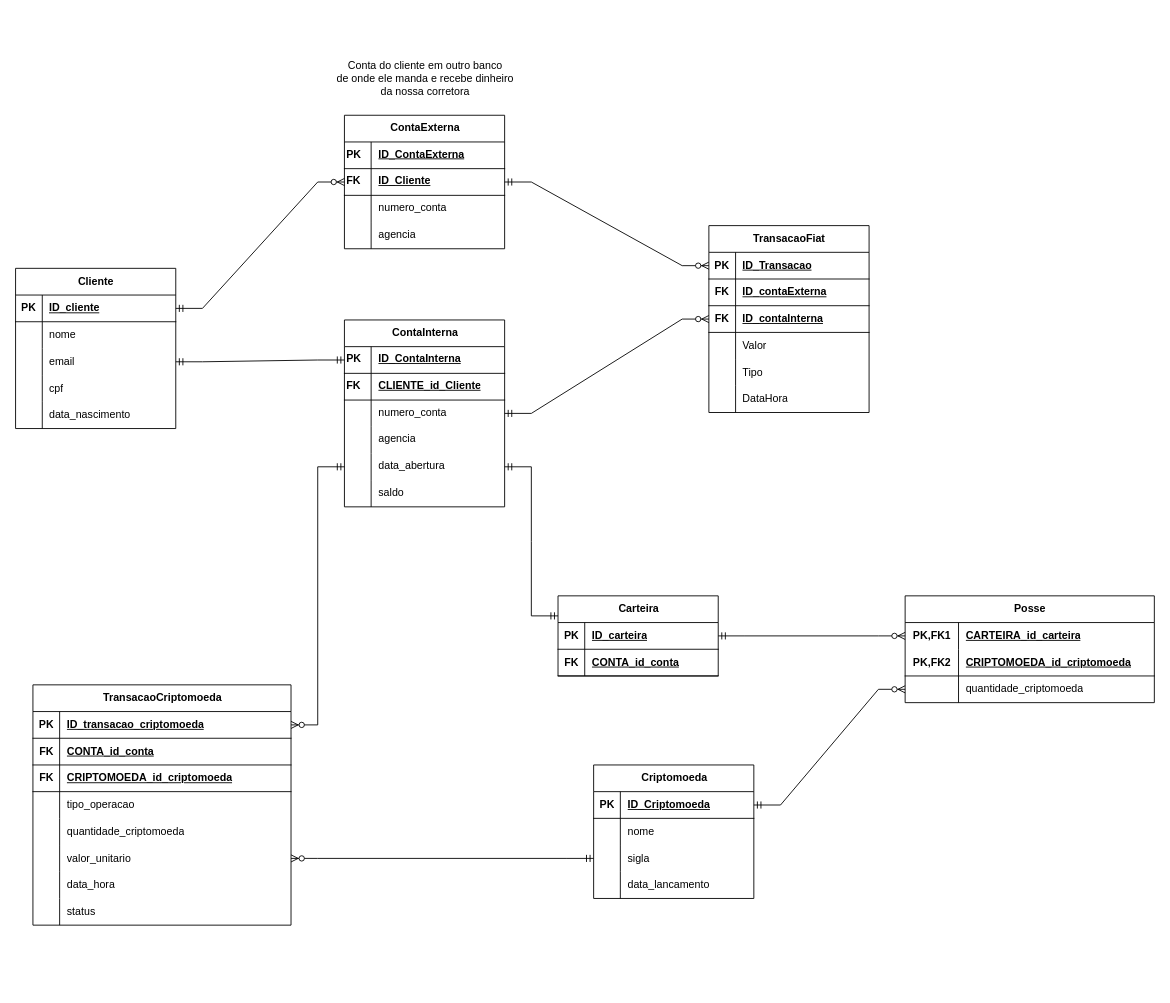
This is docs/modelagem-de-dados.drawio from Code-Masters-F/2025_Fase-5-6-7, a draw.io file, before an edit. Source tidied: cells renumbered, new cells numbered last; positions are measured from the earlier drawing's top-left corner, leaving out a move shared by most shapes. Both pictures are drawn from the tidied source at 89%, with x=0, y=0 at pixel (15, 53).
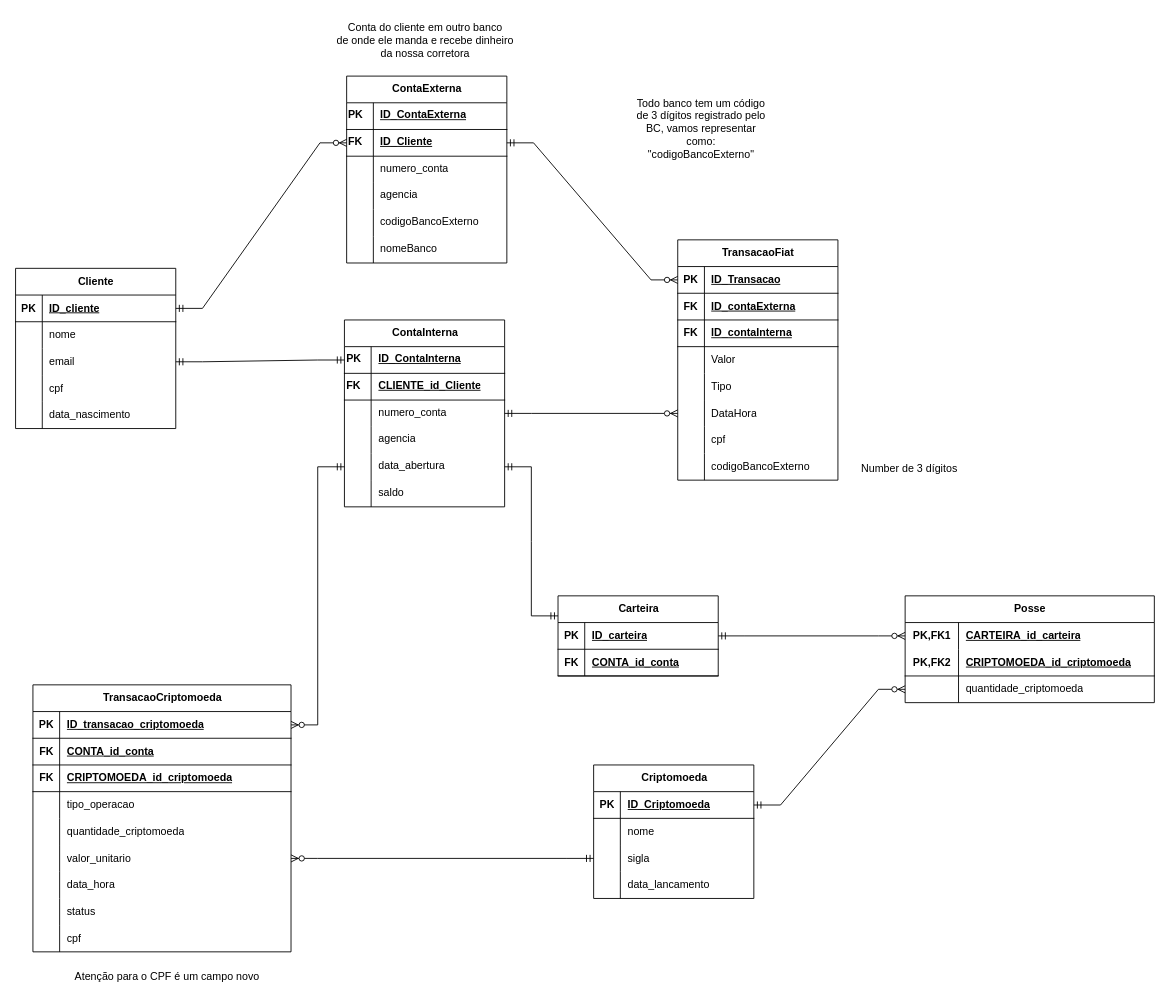
The same diagram, later.

Unchanged cells that the change refers to:
```xml
<mxCell id="9" style="shape=tableRow;horizontal=0;startSize=0;swimlaneHead=0;swimlaneBody=0;fillColor=none;points=[[0,0.5],[1,0.5]];portConstraint=eastwest;top=0;left=0;right=0;bottom=0;strokeColor=default;align=left;verticalAlign=top;fontFamily=Helvetica;fontSize=12;fontColor=default;" parent="2" vertex="1">
  <mxGeometry y="90" width="180" height="30" as="geometry" />
</mxCell>
<mxCell id="103" style="shape=tableRow;horizontal=0;startSize=0;swimlaneHead=0;swimlaneBody=0;fillColor=none;points=[[0,0.5],[1,0.5]];portConstraint=eastwest;top=0;left=0;right=0;bottom=1;strokeColor=default;align=left;verticalAlign=top;fontFamily=Helvetica;fontSize=12;fontColor=default;" parent="99" vertex="1">
  <mxGeometry y="60" width="180" height="30" as="geometry" />
</mxCell>
<mxCell id="115" style="shape=tableRow;horizontal=0;startSize=0;swimlaneHead=0;swimlaneBody=0;fillColor=none;points=[[0,0.5],[1,0.5]];portConstraint=eastwest;top=0;left=0;right=0;bottom=1;" parent="114" vertex="1">
  <mxGeometry y="30" width="180" height="30" as="geometry" />
</mxCell>
<mxCell id="118" style="shape=tableRow;horizontal=0;startSize=0;swimlaneHead=0;swimlaneBody=0;fillColor=none;top=0;left=0;right=0;bottom=1;" parent="114" vertex="1">
  <mxGeometry y="60" width="180" height="30" as="geometry" />
</mxCell>
<mxCell id="121" style="shape=tableRow;horizontal=0;startSize=0;swimlaneHead=0;swimlaneBody=0;fillColor=none;points=[[0,0.5],[1,0.5]];portConstraint=eastwest;top=0;left=0;right=0;bottom=1;" parent="114" vertex="1">
  <mxGeometry y="90" width="180" height="30" as="geometry" />
</mxCell>
<mxCell id="124" style="shape=tableRow;horizontal=0;startSize=0;swimlaneHead=0;swimlaneBody=0;fillColor=none;top=0;left=0;right=0;bottom=0;" parent="114" vertex="1">
  <mxGeometry y="120" width="180" height="30" as="geometry" />
</mxCell>
<mxCell id="127" style="shape=tableRow;horizontal=0;startSize=0;swimlaneHead=0;swimlaneBody=0;fillColor=none;top=0;left=0;right=0;bottom=0;" parent="114" vertex="1">
  <mxGeometry y="150" width="180" height="30" as="geometry" />
</mxCell>
<mxCell id="130" style="shape=tableRow;horizontal=0;startSize=0;swimlaneHead=0;swimlaneBody=0;fillColor=none;points=[[0,0.5],[1,0.5]];portConstraint=eastwest;top=0;left=0;right=0;bottom=0;" parent="114" vertex="1">
  <mxGeometry y="180" width="180" height="30" as="geometry" />
</mxCell>
```

What changed in the source:
```diff
@@
     <mxCell id="69" value="TransacaoCriptomoeda" style="shape=table;startSize=30;childLayout=tableLayout;rowLines=0;fontStyle=1;align=center;html=1;" parent="1" vertex="1">
-      <mxGeometry x="19.5" y="709" width="290" height="270" as="geometry" />
+      <mxGeometry x="19.5" y="709" width="290" height="300" as="geometry" />
     </mxCell>
@@
+    <mxCell id="134" style="shape=tableRow;horizontal=0;startSize=0;swimlaneHead=0;swimlaneBody=0;fillColor=none;top=0;left=0;right=0;bottom=0;" parent="69" vertex="1">
+      <mxGeometry y="270" width="290" height="30" as="geometry" />
+    </mxCell>
+    <mxCell id="135" style="shape=partialRectangle;fillColor=none;top=0;left=0;bottom=0;right=0;overflow=hidden;whiteSpace=wrap;html=1;" parent="134" vertex="1">
+      <mxGeometry width="30" height="30" as="geometry" />
+    </mxCell>
+    <mxCell id="136" value="cpf" style="shape=partialRectangle;fillColor=none;top=0;left=0;bottom=0;right=0;align=left;spacingLeft=6;overflow=hidden;whiteSpace=wrap;html=1;" parent="134" vertex="1">
+      <mxGeometry x="30" width="260" height="30" as="geometry" />
+    </mxCell>
@@
-    <mxCell id="98" style="edgeStyle=entityRelationEdgeStyle;fontSize=12;html=1;endArrow=ERzeroToMany;startArrow=ERmandOne;rounded=0;exitX=1;exitY=0.5;exitDx=0;exitDy=0;entryX=0;entryY=0.5;entryDx=0;entryDy=0;" parent="1" edge="1" source="9" target="121">
+    <mxCell id="98" style="edgeStyle=entityRelationEdgeStyle;fontSize=12;html=1;endArrow=ERzeroToMany;startArrow=ERmandOne;rounded=0;exitX=1;exitY=0.5;exitDx=0;exitDy=0;entryX=0;entryY=0.5;entryDx=0;entryDy=0;" parent="1" edge="1" source="9" target="130">
       <mxGeometry relative="1" as="geometry" />
     </mxCell>
     <mxCell id="99" value="ContaExterna" style="shape=table;startSize=30;childLayout=tableLayout;rowLines=0;fontStyle=1;align=center;html=1;strokeColor=default;verticalAlign=top;fontFamily=Helvetica;fontSize=12;fontColor=default;fillColor=default;" parent="1" vertex="1">
-      <mxGeometry x="369.5" y="69" width="180" height="150" as="geometry" />
+      <mxGeometry x="372" y="25" width="180" height="210" as="geometry" />
     </mxCell>
@@
+    <mxCell id="137" style="shape=tableRow;horizontal=0;startSize=0;swimlaneHead=0;swimlaneBody=0;fillColor=none;top=0;left=0;right=0;bottom=0;strokeColor=default;align=left;verticalAlign=top;fontFamily=Helvetica;fontSize=12;fontColor=default;" parent="99" vertex="1">
+      <mxGeometry y="150" width="180" height="30" as="geometry" />
+    </mxCell>
+    <mxCell id="138" style="shape=partialRectangle;fillColor=none;top=0;left=0;bottom=0;right=0;overflow=hidden;whiteSpace=wrap;html=1;strokeColor=default;align=left;verticalAlign=top;fontFamily=Helvetica;fontSize=12;fontColor=default;" parent="137" vertex="1">
+      <mxGeometry width="30" height="30" as="geometry" />
+    </mxCell>
+    <mxCell id="139" value="codigoBancoExterno" style="shape=partialRectangle;fillColor=none;top=0;left=0;bottom=0;right=0;align=left;spacingLeft=6;overflow=hidden;whiteSpace=wrap;html=1;strokeColor=default;verticalAlign=top;fontFamily=Helvetica;fontSize=12;fontColor=default;" parent="137" vertex="1">
+      <mxGeometry x="30" width="150" height="30" as="geometry" />
+    </mxCell>
+    <mxCell id="140" style="shape=tableRow;horizontal=0;startSize=0;swimlaneHead=0;swimlaneBody=0;fillColor=none;top=0;left=0;right=0;bottom=0;strokeColor=default;align=left;verticalAlign=top;fontFamily=Helvetica;fontSize=12;fontColor=default;" parent="99" vertex="1">
+      <mxGeometry y="180" width="180" height="30" as="geometry" />
+    </mxCell>
+    <mxCell id="141" style="shape=partialRectangle;fillColor=none;top=0;left=0;bottom=0;right=0;overflow=hidden;whiteSpace=wrap;html=1;strokeColor=default;align=left;verticalAlign=top;fontFamily=Helvetica;fontSize=12;fontColor=default;" parent="140" vertex="1">
+      <mxGeometry width="30" height="30" as="geometry" />
+    </mxCell>
+    <mxCell id="142" value="nomeBanco" style="shape=partialRectangle;fillColor=none;top=0;left=0;bottom=0;right=0;align=left;spacingLeft=6;overflow=hidden;whiteSpace=wrap;html=1;strokeColor=default;verticalAlign=top;fontFamily=Helvetica;fontSize=12;fontColor=default;" parent="140" vertex="1">
+      <mxGeometry x="30" width="150" height="30" as="geometry" />
+    </mxCell>
     <mxCell id="112" value="Conta do cliente em outro banco&lt;br&gt;de onde ele manda e recebe dinheiro&lt;br&gt;da nossa corretora" style="text;html=1;align=center;verticalAlign=middle;strokeColor=none;fillColor=none;" parent="1" vertex="1">
-      <mxGeometry x="351" width="217" height="55" as="geometry" />
+      <mxGeometry x="351" y="-43" width="217" height="55" as="geometry" />
     </mxCell>
@@
+    <mxCell id="133" style="edgeStyle=entityRelationEdgeStyle;fontSize=12;html=1;endArrow=ERzeroToMany;startArrow=ERmandOne;rounded=0;entryX=0;entryY=0.5;entryDx=0;entryDy=0;exitX=1;exitY=0.5;exitDx=0;exitDy=0;" parent="1" edge="1" source="103" target="115">
+      <mxGeometry relative="1" as="geometry" />
+    </mxCell>
     <mxCell id="114" value="TransacaoFiat" style="shape=table;startSize=30;childLayout=tableLayout;rowLines=0;fontStyle=1;align=center;html=1;" parent="1" vertex="1">
-      <mxGeometry x="779" y="193" width="180" height="210" as="geometry" />
+      <mxGeometry x="744" y="209" width="180" height="270" as="geometry" />
     </mxCell>
@@
-    <mxCell id="119" value="FK" style="shape=partialRectangle;fillColor=none;top=0;left=0;bottom=0;right=0;fontStyle=1;overflow=hidden;whiteSpace=wrap;html=1;" parent="118" vertex="1">
-      <mxGeometry width="30" height="30" as="geometry" />
-    </mxCell>
+    <mxCell id="143" value="FK" style="shape=partialRectangle;fillColor=none;top=0;left=0;bottom=0;right=0;fontStyle=1;overflow=hidden;whiteSpace=wrap;html=1;" parent="118" vertex="1">
+      <mxGeometry width="30" height="30" as="geometry" />
+    </mxCell>
@@
-    <mxCell id="122" value="FK" style="shape=partialRectangle;fillColor=none;top=0;left=0;bottom=0;right=0;fontStyle=1;overflow=hidden;whiteSpace=wrap;html=1;" parent="121" vertex="1">
-      <mxGeometry width="30" height="30" as="geometry" />
-    </mxCell>
+    <mxCell id="144" value="FK" style="shape=partialRectangle;fillColor=none;top=0;left=0;bottom=0;right=0;fontStyle=1;overflow=hidden;whiteSpace=wrap;html=1;" parent="121" vertex="1">
+      <mxGeometry width="30" height="30" as="geometry" />
+    </mxCell>
@@
-    <mxCell id="125" style="shape=partialRectangle;fillColor=none;top=0;left=0;bottom=0;right=0;overflow=hidden;whiteSpace=wrap;html=1;" parent="124" vertex="1">
-      <mxGeometry width="30" height="30" as="geometry" />
-    </mxCell>
+    <mxCell id="145" style="shape=partialRectangle;fillColor=none;top=0;left=0;bottom=0;right=0;overflow=hidden;whiteSpace=wrap;html=1;" parent="124" vertex="1">
+      <mxGeometry width="30" height="30" as="geometry" />
+    </mxCell>
@@
-    <mxCell id="128" style="shape=partialRectangle;fillColor=none;top=0;left=0;bottom=0;right=0;overflow=hidden;whiteSpace=wrap;html=1;" parent="127" vertex="1">
-      <mxGeometry width="30" height="30" as="geometry" />
-    </mxCell>
+    <mxCell id="146" style="shape=partialRectangle;fillColor=none;top=0;left=0;bottom=0;right=0;overflow=hidden;whiteSpace=wrap;html=1;" parent="127" vertex="1">
+      <mxGeometry width="30" height="30" as="geometry" />
+    </mxCell>
@@
-    <mxCell id="131" style="shape=partialRectangle;fillColor=none;top=0;left=0;bottom=0;right=0;overflow=hidden;whiteSpace=wrap;html=1;" parent="130" vertex="1">
-      <mxGeometry width="30" height="30" as="geometry" />
-    </mxCell>
+    <mxCell id="147" style="shape=partialRectangle;fillColor=none;top=0;left=0;bottom=0;right=0;overflow=hidden;whiteSpace=wrap;html=1;" parent="130" vertex="1">
+      <mxGeometry width="30" height="30" as="geometry" />
+    </mxCell>
@@
-    <mxCell id="133" style="edgeStyle=entityRelationEdgeStyle;fontSize=12;html=1;endArrow=ERzeroToMany;startArrow=ERmandOne;rounded=0;entryX=0;entryY=0.5;entryDx=0;entryDy=0;exitX=1;exitY=0.5;exitDx=0;exitDy=0;" parent="1" edge="1" source="103" target="115">
-      <mxGeometry relative="1" as="geometry" />
-    </mxCell>
+    <mxCell id="148" style="shape=tableRow;horizontal=0;startSize=0;swimlaneHead=0;swimlaneBody=0;fillColor=none;top=0;left=0;right=0;bottom=0;" parent="114" vertex="1">
+      <mxGeometry y="210" width="180" height="30" as="geometry" />
+    </mxCell>
+    <mxCell id="149" style="shape=partialRectangle;fillColor=none;top=0;left=0;bottom=0;right=0;overflow=hidden;whiteSpace=wrap;html=1;" parent="148" vertex="1">
+      <mxGeometry width="30" height="30" as="geometry" />
+    </mxCell>
+    <mxCell id="150" value="cpf" style="shape=partialRectangle;fillColor=none;top=0;left=0;bottom=0;right=0;align=left;spacingLeft=6;overflow=hidden;whiteSpace=wrap;html=1;" parent="148" vertex="1">
+      <mxGeometry x="30" width="150" height="30" as="geometry" />
+    </mxCell>
+    <mxCell id="151" style="shape=tableRow;horizontal=0;startSize=0;swimlaneHead=0;swimlaneBody=0;fillColor=none;top=0;left=0;right=0;bottom=0;" parent="114" vertex="1">
+      <mxGeometry y="240" width="180" height="30" as="geometry" />
+    </mxCell>
+    <mxCell id="152" style="shape=partialRectangle;fillColor=none;top=0;left=0;bottom=0;right=0;overflow=hidden;whiteSpace=wrap;html=1;" parent="151" vertex="1">
+      <mxGeometry width="30" height="30" as="geometry" />
+    </mxCell>
+    <mxCell id="153" value="codigoBancoExterno" style="shape=partialRectangle;fillColor=none;top=0;left=0;bottom=0;right=0;align=left;spacingLeft=6;overflow=hidden;whiteSpace=wrap;html=1;" parent="151" vertex="1">
+      <mxGeometry x="30" width="150" height="30" as="geometry" />
+    </mxCell>
+    <mxCell id="154" value="Number de 3 dígitos" style="text;html=1;align=center;verticalAlign=middle;strokeColor=none;fillColor=none;" parent="1" vertex="1">
+      <mxGeometry x="941" y="453" width="126" height="26" as="geometry" />
+    </mxCell>
+    <mxCell id="155" value="Todo banco tem um código&lt;br&gt;de 3 dígitos registrado pelo&lt;br&gt;BC, vamos representar&lt;br&gt;como:&lt;br&gt;&quot;codigoBancoExterno&quot;" style="text;html=1;align=center;verticalAlign=middle;strokeColor=none;fillColor=none;" parent="1" vertex="1">
+      <mxGeometry x="688" y="42" width="163" height="84" as="geometry" />
+    </mxCell>
+    <mxCell id="156" value="Atenção para o CPF é um campo novo" style="text;html=1;align=center;verticalAlign=middle;strokeColor=none;fillColor=none;" parent="1" vertex="1">
+      <mxGeometry x="57" y="1024" width="225" height="26" as="geometry" />
+    </mxCell>
```
